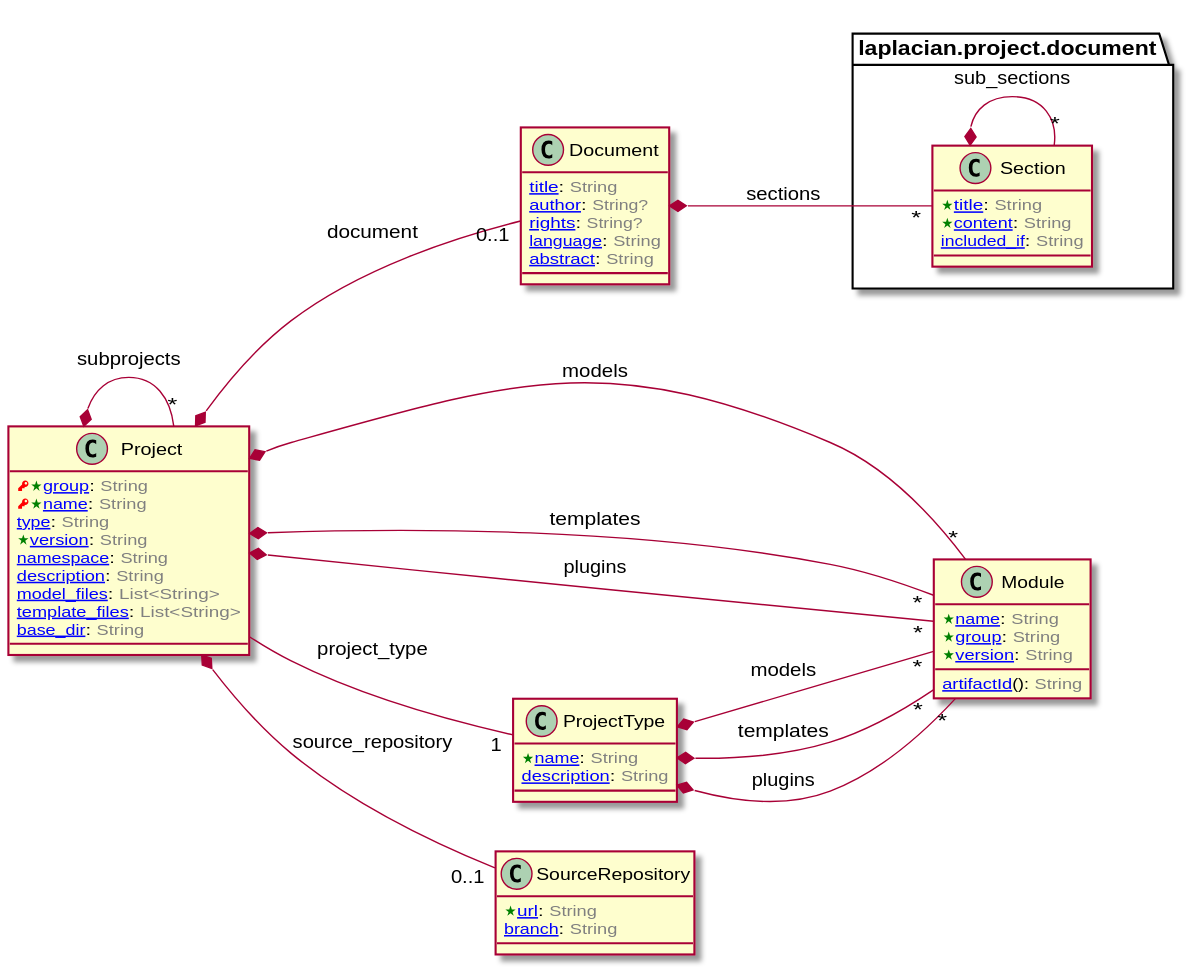
Above: doc/image/model-diagram.svg in laplacian-core/project.domain-model (PlantUML), before the change.
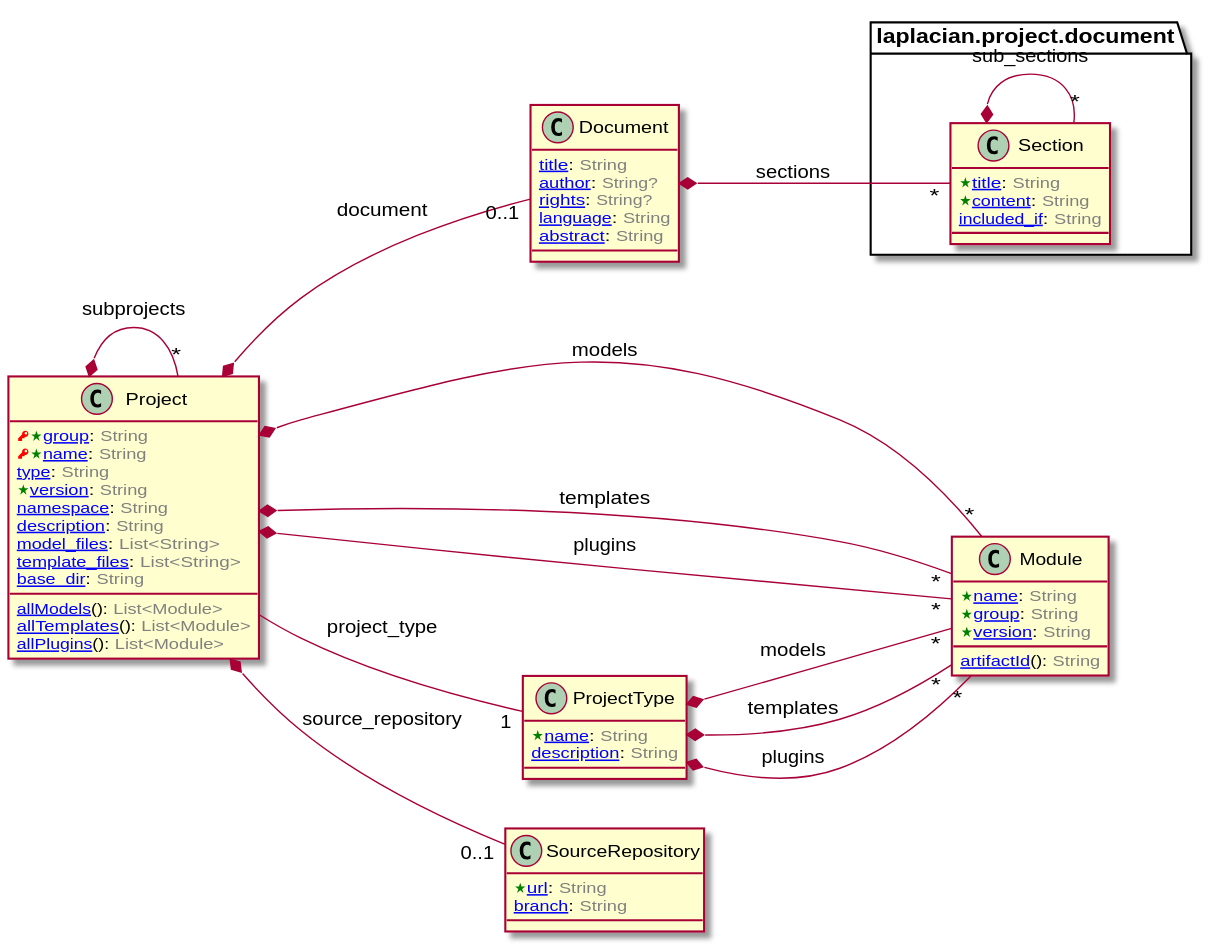
The same diagram one commit later.

Change to the diagram source:
```diff
@@ -61,6 +61,9 @@
   [[/blob/master/doc/entities/Project.md#model_files-listString model_files]]: <color:GRAY>List<String></color>
   [[/blob/master/doc/entities/Project.md#template_files-listString template_files]]: <color:GRAY>List<String></color>
   [[/blob/master/doc/entities/Project.md#base_dir-string base_dir]]: <color:GRAY>String</color>
+  [[/blob/master/doc/entities/Project.md#all_models-listModule allModels]](): <color:GRAY>List<Module></color>
+  [[/blob/master/doc/entities/Project.md#all_templates-listModule allTemplates]](): <color:GRAY>List<Module></color>
+  [[/blob/master/doc/entities/Project.md#all_plugins-listModule allPlugins]](): <color:GRAY>List<Module></color>
 }
 
 
```
